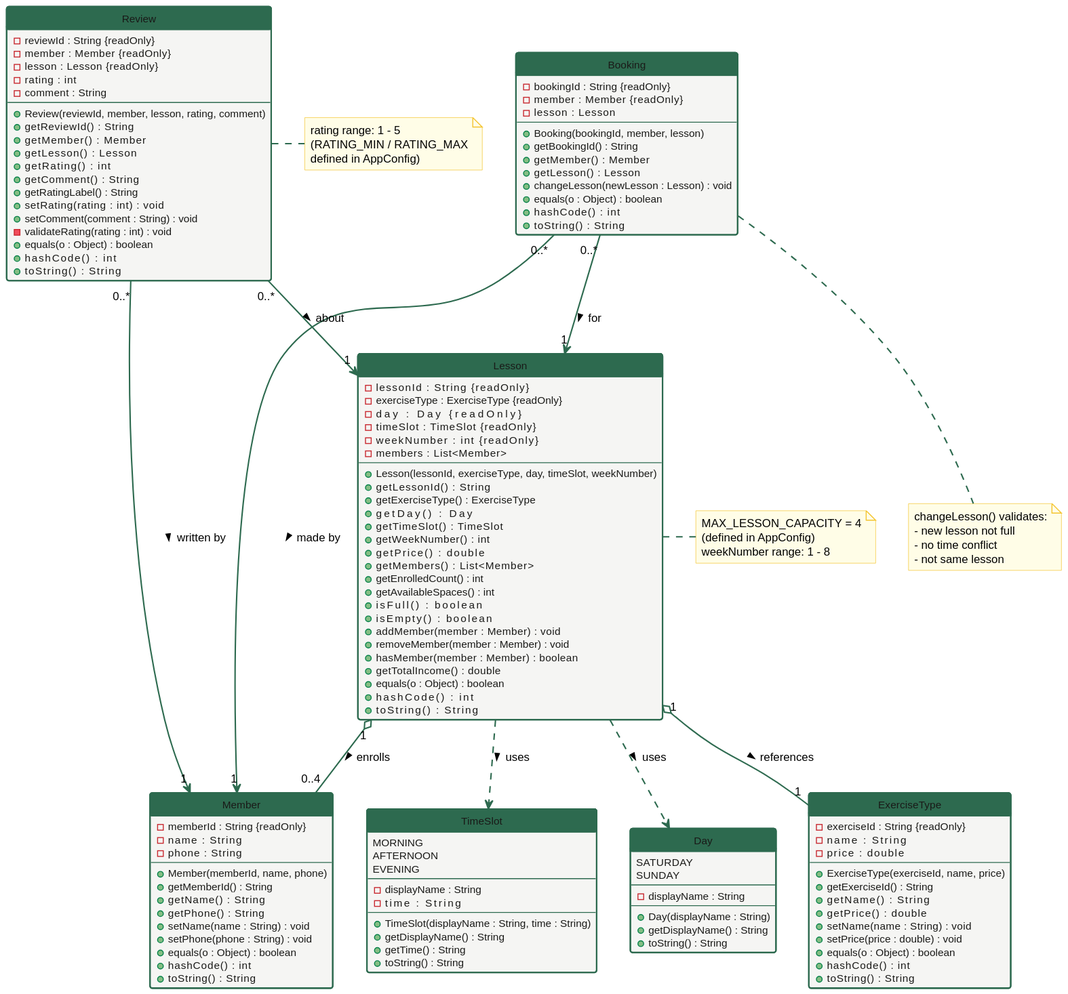
Earlier version of the PlantUML export docs/diagrams/class-diagram.svg (Dantesrc-sys/FurzefieldLC).
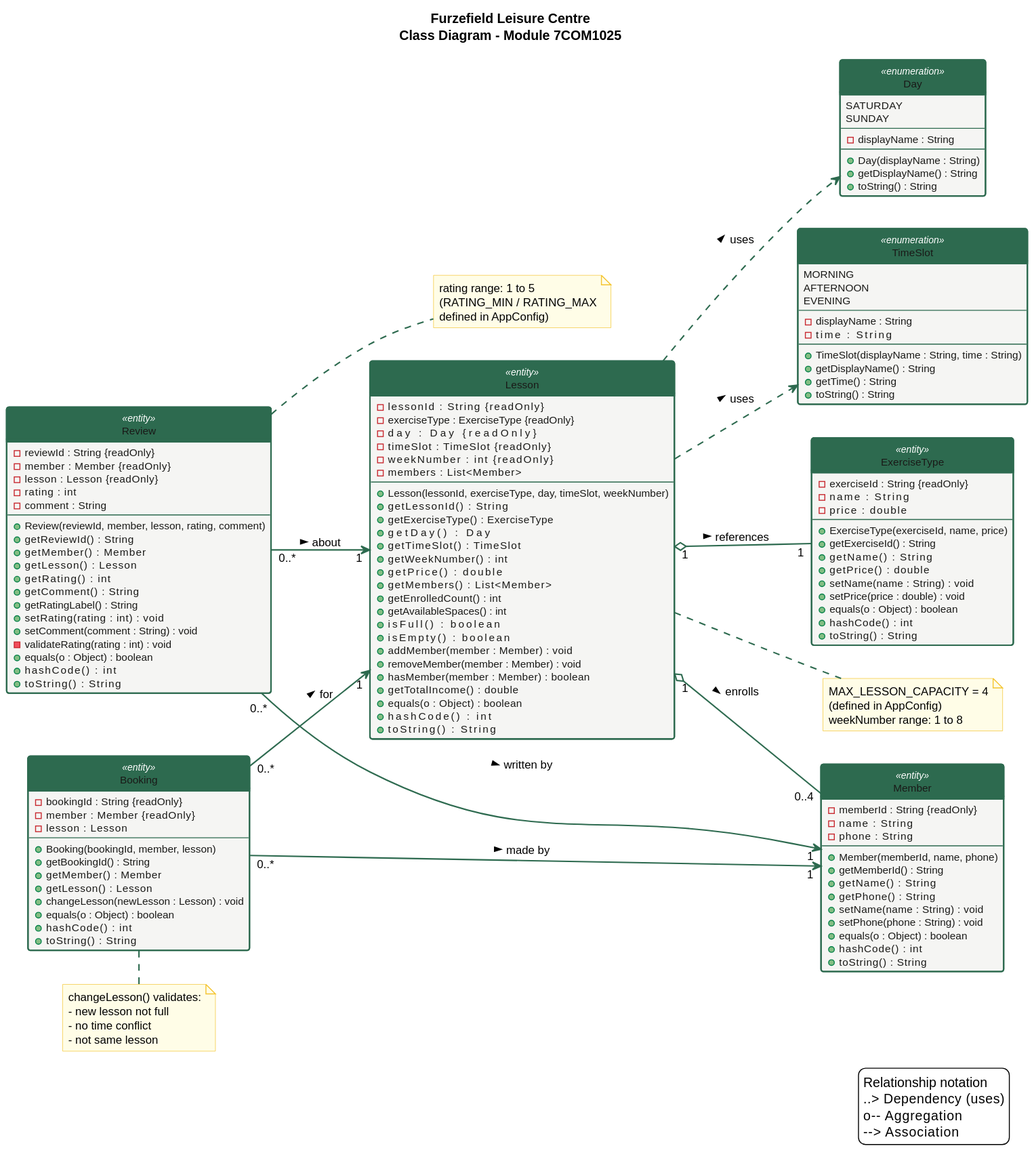
The same diagram one commit later.

Commit message:
visual improvements

The edit, as a diff of the source:
```diff
@@ -1,31 +1,41 @@
 @startuml
 
 skinparam style strictuml
+
+title Furzefield Leisure Centre\nClass Diagram - Module 7COM1025
+
+left to right direction
 
 skinparam backgroundColor #FFFFFF
 skinparam defaultFontName  SansSerif
 skinparam defaultFontSize  12
 
 skinparam class {
-    BackgroundColor       #F5F5F3
-    BorderColor           #2D6A4F
-    BorderThickness       1.5
-    HeaderBackgroundColor #2D6A4F
-    HeaderFontColor       #FFFFFF
-    HeaderFontStyle       Bold
-    AttributeFontSize     11
-    AttributeFontColor    #1A1A18
-    ArrowColor            #2D6A4F
-    ArrowThickness        1.5
+    BackgroundColor         #F5F5F3
+    BorderColor             #2D6A4F
+    BorderThickness         1.5
+    HeaderBackgroundColor   #2D6A4F
+    HeaderFontColor         #FFFFFF
+    HeaderFontStyle         Bold
+    AttributeFontSize       11
+    AttributeFontColor      #1A1A18
+    ArrowColor              #2D6A4F
+    ArrowThickness          1.5
+    StereotypeFontColor     #FFFFFF
+    StereotypeFontSize      10
+    StereotypeFontStyle     Italic
 }
 
 skinparam enum {
-    BackgroundColor       #E8F5EE
-    BorderColor           #52B788
-    BorderThickness       1.5
-    HeaderBackgroundColor #52B788
-    HeaderFontColor       #FFFFFF
-    HeaderFontStyle       Bold
+    BackgroundColor         #E8F5EE
+    BorderColor             #52B788
+    BorderThickness         1.5
+    HeaderBackgroundColor   #52B788
+    HeaderFontColor         #FFFFFF
+    HeaderFontStyle         Bold
+    StereotypeFontColor     #FFFFFF
+    StereotypeFontSize      10
+    StereotypeFontStyle     Italic
 }
 
 skinparam note {
@@ -34,7 +44,7 @@
 }
 
 
-enum Day {
+enum Day <<enumeration>> {
     SATURDAY
     SUNDAY
     --
@@ -45,7 +55,7 @@
     + toString() : String
 }
 
-enum TimeSlot {
+enum TimeSlot <<enumeration>> {
     MORNING
     AFTERNOON
     EVENING
@@ -60,7 +70,7 @@
 }
 
 
-class Member {
+class Member <<entity>> {
     - memberId : String  {readOnly}
     - name     : String
     - phone    : String
@@ -69,14 +79,14 @@
     + getMemberId() : String
     + getName()     : String
     + getPhone()    : String
-    + setName(name : String)  : void
+    + setName(name : String)   : void
     + setPhone(phone : String) : void
     + equals(o : Object) : boolean
     + hashCode()    : int
     + toString()    : String
 }
 
-class ExerciseType {
+class ExerciseType <<entity>> {
     - exerciseId : String  {readOnly}
     - name       : String
     - price      : double
@@ -92,36 +102,36 @@
     + toString()    : String
 }
 
-class Lesson {
-    - lessonId    : String       {readOnly}
+class Lesson <<entity>> {
+    - lessonId     : String       {readOnly}
     - exerciseType : ExerciseType {readOnly}
-    - day         : Day          {readOnly}
-    - timeSlot    : TimeSlot     {readOnly}
-    - weekNumber  : int          {readOnly}
-    - members     : List<Member>
+    - day          : Day          {readOnly}
+    - timeSlot     : TimeSlot     {readOnly}
+    - weekNumber   : int          {readOnly}
+    - members      : List<Member>
     --
     + Lesson(lessonId, exerciseType, day, timeSlot, weekNumber)
-    + getLessonId()      : String
-    + getExerciseType()  : ExerciseType
-    + getDay()           : Day
-    + getTimeSlot()      : TimeSlot
-    + getWeekNumber()    : int
-    + getPrice()         : double
-    + getMembers()       : List<Member>
-    + getEnrolledCount() : int
+    + getLessonId()        : String
+    + getExerciseType()    : ExerciseType
+    + getDay()             : Day
+    + getTimeSlot()        : TimeSlot
+    + getWeekNumber()      : int
+    + getPrice()           : double
+    + getMembers()         : List<Member>
+    + getEnrolledCount()   : int
     + getAvailableSpaces() : int
-    + isFull()           : boolean
-    + isEmpty()          : boolean
+    + isFull()             : boolean
+    + isEmpty()            : boolean
     + addMember(member : Member)    : void
     + removeMember(member : Member) : void
     + hasMember(member : Member)    : boolean
-    + getTotalIncome()   : double
-    + equals(o : Object) : boolean
-    + hashCode()         : int
-    + toString()         : String
+    + getTotalIncome()     : double
+    + equals(o : Object)   : boolean
+    + hashCode()           : int
+    + toString()           : String
 }
 
-class Booking {
+class Booking <<entity>> {
     - bookingId : String  {readOnly}
     - member    : Member  {readOnly}
     - lesson    : Lesson
@@ -136,7 +146,7 @@
     + toString()     : String
 }
 
-class Review {
+class Review <<entity>> {
     - reviewId : String  {readOnly}
     - member   : Member  {readOnly}
     - lesson   : Lesson  {readOnly}
@@ -162,9 +172,9 @@
 Lesson  ..>  Day      : uses >
 Lesson  ..>  TimeSlot : uses >
 
-Lesson "1" o-- "1" ExerciseType : references >
+Lesson "1" o-- "1"    ExerciseType : references >
 
-Lesson "1" o-- "0..4" Member : enrolls >
+Lesson "1" o-- "0..4" Member       : enrolls >
 
 Booking "0..*" --> "1" Member : made by >
 Booking "0..*" --> "1" Lesson : for >
@@ -176,11 +186,11 @@
 note right of Lesson
   MAX_LESSON_CAPACITY = 4
   (defined in AppConfig)
-  weekNumber range: 1 - 8
+  weekNumber range: 1 to 8
 end note
 
 note right of Review
-  rating range: 1 - 5
+  rating range: 1 to 5
   (RATING_MIN / RATING_MAX
   defined in AppConfig)
 end note
@@ -191,4 +201,12 @@
   - no time conflict
   - not same lesson
 end note
+
+
+legend right
+  Relationship notation
+  ..>   Dependency (uses)
+  o--   Aggregation
+  -->   Association
+endlegend
 @enduml
```
